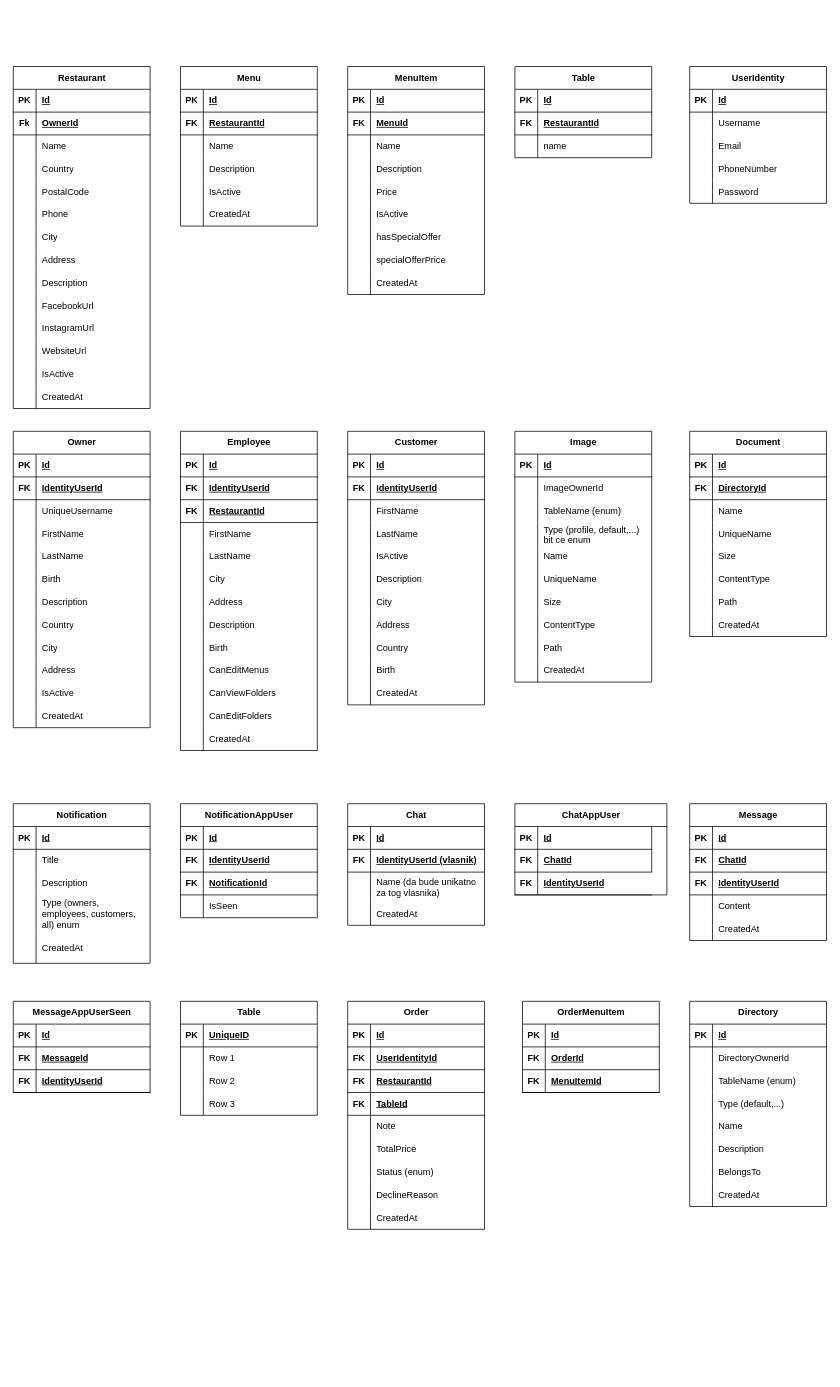
Before: documentation/database.drawio in zuna21/NoshNexus, a draw.io diagram. Source tidied: cells renumbered, new cells numbered last; positions are measured from the earlier drawing's top-left corner, leaving out a move shared by most shapes. Both pictures are drawn from the tidied source at 76%, with x=0, y=0 at pixel (13, 66).
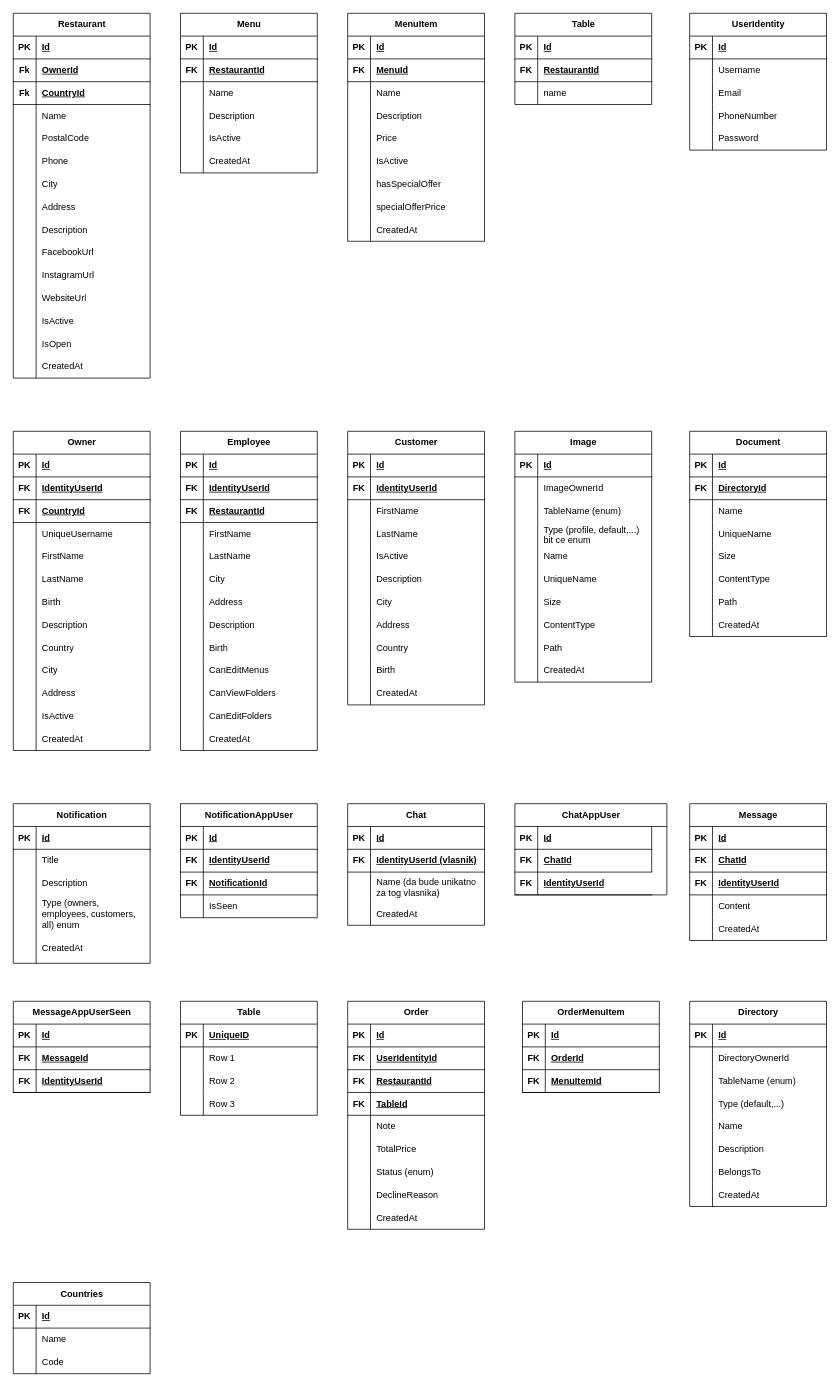
The same page after the edit.

The edit, as a diff of the source:
```diff
@@
     <mxCell id="2" value="Restaurant" style="shape=table;startSize=30;childLayout=tableLayout;rowLines=0;fontStyle=1;align=center;html=1;" parent="1" vertex="1">
-      <mxGeometry width="180" height="450" as="geometry" />
+      <mxGeometry y="-70" width="180" height="480" as="geometry" />
     </mxCell>
@@
+    <mxCell id="442" style="shape=tableRow;horizontal=0;startSize=0;swimlaneHead=0;swimlaneBody=0;fillColor=none;top=0;left=0;right=0;bottom=1;" parent="2" vertex="1">
+      <mxGeometry y="60" width="180" height="30" as="geometry" />
+    </mxCell>
+    <mxCell id="443" value="Fk" style="shape=partialRectangle;fillColor=none;top=0;left=0;bottom=0;right=0;fontStyle=1;overflow=hidden;whiteSpace=wrap;html=1;" parent="442" vertex="1">
+      <mxGeometry width="30" height="30" as="geometry" />
+    </mxCell>
+    <mxCell id="444" value="OwnerId" style="shape=partialRectangle;fillColor=none;top=0;left=0;bottom=0;right=0;align=left;spacingLeft=6;fontStyle=5;overflow=hidden;whiteSpace=wrap;html=1;" parent="442" vertex="1">
+      <mxGeometry x="30" width="150" height="30" as="geometry" />
+    </mxCell>
     <mxCell id="6" style="shape=tableRow;horizontal=0;startSize=0;swimlaneHead=0;swimlaneBody=0;fillColor=none;top=0;left=0;right=0;bottom=1;" parent="2" vertex="1">
-      <mxGeometry y="60" width="180" height="30" as="geometry" />
+      <mxGeometry y="90" width="180" height="30" as="geometry" />
     </mxCell>
@@
-    <mxCell id="8" value="OwnerId" style="shape=partialRectangle;fillColor=none;top=0;left=0;bottom=0;right=0;align=left;spacingLeft=6;fontStyle=5;overflow=hidden;whiteSpace=wrap;html=1;" parent="6" vertex="1">
+    <mxCell id="8" value="CountryId" style="shape=partialRectangle;fillColor=none;top=0;left=0;bottom=0;right=0;align=left;spacingLeft=6;fontStyle=5;overflow=hidden;whiteSpace=wrap;html=1;" parent="6" vertex="1">
       <mxGeometry x="30" width="150" height="30" as="geometry" />
     </mxCell>
     <mxCell id="9" style="shape=tableRow;horizontal=0;startSize=0;swimlaneHead=0;swimlaneBody=0;fillColor=none;top=0;left=0;right=0;bottom=0;" parent="2" vertex="1">
-      <mxGeometry y="90" width="180" height="30" as="geometry" />
+      <mxGeometry y="120" width="180" height="30" as="geometry" />
     </mxCell>
@@
-    <mxCell id="12" style="shape=tableRow;horizontal=0;startSize=0;swimlaneHead=0;swimlaneBody=0;fillColor=none;top=0;left=0;right=0;bottom=0;" parent="2" vertex="1">
-      <mxGeometry y="120" width="180" height="30" as="geometry" />
-    </mxCell>
-    <mxCell id="13" style="shape=partialRectangle;fillColor=none;top=0;left=0;bottom=0;right=0;overflow=hidden;whiteSpace=wrap;html=1;" parent="12" vertex="1">
-      <mxGeometry width="30" height="30" as="geometry" />
-    </mxCell>
-    <mxCell id="14" value="Country" style="shape=partialRectangle;fillColor=none;top=0;left=0;bottom=0;right=0;align=left;spacingLeft=6;overflow=hidden;whiteSpace=wrap;html=1;" parent="12" vertex="1">
-      <mxGeometry x="30" width="150" height="30" as="geometry" />
-    </mxCell>
@@
+    <mxCell id="445" style="shape=tableRow;horizontal=0;startSize=0;swimlaneHead=0;swimlaneBody=0;fillColor=none;top=0;left=0;right=0;bottom=0;" parent="2" vertex="1">
+      <mxGeometry y="390" width="180" height="30" as="geometry" />
+    </mxCell>
+    <mxCell id="446" style="shape=partialRectangle;fillColor=none;top=0;left=0;bottom=0;right=0;overflow=hidden;whiteSpace=wrap;html=1;" parent="445" vertex="1">
+      <mxGeometry width="30" height="30" as="geometry" />
+    </mxCell>
+    <mxCell id="447" value="IsActive" style="shape=partialRectangle;fillColor=none;top=0;left=0;bottom=0;right=0;align=left;spacingLeft=6;overflow=hidden;whiteSpace=wrap;html=1;" parent="445" vertex="1">
+      <mxGeometry x="30" width="150" height="30" as="geometry" />
+    </mxCell>
     <mxCell id="39" style="shape=tableRow;horizontal=0;startSize=0;swimlaneHead=0;swimlaneBody=0;fillColor=none;top=0;left=0;right=0;bottom=0;" parent="2" vertex="1">
-      <mxGeometry y="390" width="180" height="30" as="geometry" />
+      <mxGeometry y="420" width="180" height="30" as="geometry" />
     </mxCell>
@@
-    <mxCell id="41" value="IsActive" style="shape=partialRectangle;fillColor=none;top=0;left=0;bottom=0;right=0;align=left;spacingLeft=6;overflow=hidden;whiteSpace=wrap;html=1;" parent="39" vertex="1">
+    <mxCell id="41" value="IsOpen" style="shape=partialRectangle;fillColor=none;top=0;left=0;bottom=0;right=0;align=left;spacingLeft=6;overflow=hidden;whiteSpace=wrap;html=1;" parent="39" vertex="1">
       <mxGeometry x="30" width="150" height="30" as="geometry" />
     </mxCell>
     <mxCell id="42" style="shape=tableRow;horizontal=0;startSize=0;swimlaneHead=0;swimlaneBody=0;fillColor=none;top=0;left=0;right=0;bottom=0;" parent="2" vertex="1">
-      <mxGeometry y="420" width="180" height="30" as="geometry" />
+      <mxGeometry y="450" width="180" height="30" as="geometry" />
     </mxCell>
@@
     <mxCell id="45" value="Menu" style="shape=table;startSize=30;childLayout=tableLayout;rowLines=0;fontStyle=1;align=center;html=1;" parent="1" vertex="1">
-      <mxGeometry x="220" width="180" height="210" as="geometry" />
+      <mxGeometry x="220" y="-70" width="180" height="210" as="geometry" />
     </mxCell>
@@
     <mxCell id="64" value="MenuItem" style="shape=table;startSize=30;childLayout=tableLayout;rowLines=0;fontStyle=1;align=center;html=1;" parent="1" vertex="1">
-      <mxGeometry x="440" width="180" height="300" as="geometry" />
+      <mxGeometry x="440" y="-70" width="180" height="300" as="geometry" />
     </mxCell>
@@
     <mxCell id="92" value="Table" style="shape=table;startSize=30;childLayout=tableLayout;rowLines=0;fontStyle=1;align=center;html=1;" parent="1" vertex="1">
-      <mxGeometry x="660" width="180" height="120" as="geometry" />
+      <mxGeometry x="660" y="-70" width="180" height="120" as="geometry" />
     </mxCell>
@@
     <mxCell id="102" value="UserIdentity" style="shape=table;startSize=30;childLayout=tableLayout;rowLines=0;fontStyle=1;align=center;html=1;" parent="1" vertex="1">
-      <mxGeometry x="890" width="180" height="180" as="geometry" />
+      <mxGeometry x="890" y="-70" width="180" height="180" as="geometry" />
     </mxCell>
@@
     <mxCell id="118" value="Owner" style="shape=table;startSize=30;childLayout=tableLayout;rowLines=0;fontStyle=1;align=center;html=1;" parent="1" vertex="1">
-      <mxGeometry y="480" width="180" height="390" as="geometry" />
+      <mxGeometry y="480" width="180" height="420" as="geometry" />
     </mxCell>
@@
+    <mxCell id="448" style="shape=tableRow;horizontal=0;startSize=0;swimlaneHead=0;swimlaneBody=0;fillColor=none;top=0;left=0;right=0;bottom=1;" parent="118" vertex="1">
+      <mxGeometry y="60" width="180" height="30" as="geometry" />
+    </mxCell>
+    <mxCell id="449" value="FK" style="shape=partialRectangle;fillColor=none;top=0;left=0;bottom=0;right=0;fontStyle=1;overflow=hidden;whiteSpace=wrap;html=1;" parent="448" vertex="1">
+      <mxGeometry width="30" height="30" as="geometry" />
+    </mxCell>
+    <mxCell id="450" value="IdentityUserId" style="shape=partialRectangle;fillColor=none;top=0;left=0;bottom=0;right=0;align=left;spacingLeft=6;fontStyle=5;overflow=hidden;whiteSpace=wrap;html=1;" parent="448" vertex="1">
+      <mxGeometry x="30" width="150" height="30" as="geometry" />
+    </mxCell>
     <mxCell id="122" style="shape=tableRow;horizontal=0;startSize=0;swimlaneHead=0;swimlaneBody=0;fillColor=none;top=0;left=0;right=0;bottom=1;" parent="118" vertex="1">
-      <mxGeometry y="60" width="180" height="30" as="geometry" />
+      <mxGeometry y="90" width="180" height="30" as="geometry" />
     </mxCell>
@@
-    <mxCell id="124" value="IdentityUserId" style="shape=partialRectangle;fillColor=none;top=0;left=0;bottom=0;right=0;align=left;spacingLeft=6;fontStyle=5;overflow=hidden;whiteSpace=wrap;html=1;" parent="122" vertex="1">
+    <mxCell id="124" value="CountryId" style="shape=partialRectangle;fillColor=none;top=0;left=0;bottom=0;right=0;align=left;spacingLeft=6;fontStyle=5;overflow=hidden;whiteSpace=wrap;html=1;" parent="122" vertex="1">
       <mxGeometry x="30" width="150" height="30" as="geometry" />
     </mxCell>
     <mxCell id="125" style="shape=tableRow;horizontal=0;startSize=0;swimlaneHead=0;swimlaneBody=0;fillColor=none;top=0;left=0;right=0;bottom=0;" parent="118" vertex="1">
-      <mxGeometry y="90" width="180" height="30" as="geometry" />
+      <mxGeometry y="120" width="180" height="30" as="geometry" />
     </mxCell>
@@
     <mxCell id="128" style="shape=tableRow;horizontal=0;startSize=0;swimlaneHead=0;swimlaneBody=0;fillColor=none;top=0;left=0;right=0;bottom=0;" parent="118" vertex="1">
-      <mxGeometry y="120" width="180" height="30" as="geometry" />
+      <mxGeometry y="150" width="180" height="30" as="geometry" />
     </mxCell>
@@
     <mxCell id="131" style="shape=tableRow;horizontal=0;startSize=0;swimlaneHead=0;swimlaneBody=0;fillColor=none;top=0;left=0;right=0;bottom=0;" parent="118" vertex="1">
-      <mxGeometry y="150" width="180" height="30" as="geometry" />
+      <mxGeometry y="180" width="180" height="30" as="geometry" />
     </mxCell>
@@
     <mxCell id="134" style="shape=tableRow;horizontal=0;startSize=0;swimlaneHead=0;swimlaneBody=0;fillColor=none;top=0;left=0;right=0;bottom=0;" parent="118" vertex="1">
-      <mxGeometry y="180" width="180" height="30" as="geometry" />
+      <mxGeometry y="210" width="180" height="30" as="geometry" />
     </mxCell>
@@
     <mxCell id="137" style="shape=tableRow;horizontal=0;startSize=0;swimlaneHead=0;swimlaneBody=0;fillColor=none;top=0;left=0;right=0;bottom=0;" parent="118" vertex="1">
-      <mxGeometry y="210" width="180" height="30" as="geometry" />
+      <mxGeometry y="240" width="180" height="30" as="geometry" />
     </mxCell>
@@
     <mxCell id="140" style="shape=tableRow;horizontal=0;startSize=0;swimlaneHead=0;swimlaneBody=0;fillColor=none;top=0;left=0;right=0;bottom=0;" parent="118" vertex="1">
-      <mxGeometry y="240" width="180" height="30" as="geometry" />
+      <mxGeometry y="270" width="180" height="30" as="geometry" />
     </mxCell>
@@
     <mxCell id="143" style="shape=tableRow;horizontal=0;startSize=0;swimlaneHead=0;swimlaneBody=0;fillColor=none;top=0;left=0;right=0;bottom=0;" parent="118" vertex="1">
-      <mxGeometry y="270" width="180" height="30" as="geometry" />
+      <mxGeometry y="300" width="180" height="30" as="geometry" />
     </mxCell>
@@
     <mxCell id="146" style="shape=tableRow;horizontal=0;startSize=0;swimlaneHead=0;swimlaneBody=0;fillColor=none;top=0;left=0;right=0;bottom=0;" parent="118" vertex="1">
-      <mxGeometry y="300" width="180" height="30" as="geometry" />
+      <mxGeometry y="330" width="180" height="30" as="geometry" />
     </mxCell>
@@
     <mxCell id="149" style="shape=tableRow;horizontal=0;startSize=0;swimlaneHead=0;swimlaneBody=0;fillColor=none;top=0;left=0;right=0;bottom=0;" parent="118" vertex="1">
-      <mxGeometry y="330" width="180" height="30" as="geometry" />
+      <mxGeometry y="360" width="180" height="30" as="geometry" />
     </mxCell>
@@
     <mxCell id="152" style="shape=tableRow;horizontal=0;startSize=0;swimlaneHead=0;swimlaneBody=0;fillColor=none;top=0;left=0;right=0;bottom=0;" parent="118" vertex="1">
-      <mxGeometry y="360" width="180" height="30" as="geometry" />
+      <mxGeometry y="390" width="180" height="30" as="geometry" />
     </mxCell>
@@
+    <mxCell id="451" value="Countries" style="shape=table;startSize=30;childLayout=tableLayout;rowLines=0;fontStyle=1;align=center;html=1;" parent="1" vertex="1">
+      <mxGeometry y="1600" width="180" height="120" as="geometry" />
+    </mxCell>
+    <mxCell id="452" style="shape=tableRow;horizontal=0;startSize=0;swimlaneHead=0;swimlaneBody=0;fillColor=none;top=0;left=0;right=0;bottom=1;" parent="451" vertex="1">
+      <mxGeometry y="30" width="180" height="30" as="geometry" />
+    </mxCell>
+    <mxCell id="453" value="PK" style="shape=partialRectangle;fillColor=none;top=0;left=0;bottom=0;right=0;fontStyle=1;overflow=hidden;whiteSpace=wrap;html=1;" parent="452" vertex="1">
+      <mxGeometry width="30" height="30" as="geometry" />
+    </mxCell>
+    <mxCell id="454" value="Id" style="shape=partialRectangle;fillColor=none;top=0;left=0;bottom=0;right=0;align=left;spacingLeft=6;fontStyle=5;overflow=hidden;whiteSpace=wrap;html=1;" parent="452" vertex="1">
+      <mxGeometry x="30" width="150" height="30" as="geometry" />
+    </mxCell>
+    <mxCell id="455" style="shape=tableRow;horizontal=0;startSize=0;swimlaneHead=0;swimlaneBody=0;fillColor=none;top=0;left=0;right=0;bottom=0;" parent="451" vertex="1">
+      <mxGeometry y="60" width="180" height="30" as="geometry" />
+    </mxCell>
+    <mxCell id="456" style="shape=partialRectangle;fillColor=none;top=0;left=0;bottom=0;right=0;overflow=hidden;whiteSpace=wrap;html=1;" parent="455" vertex="1">
+      <mxGeometry width="30" height="30" as="geometry" />
+    </mxCell>
+    <mxCell id="457" value="Name" style="shape=partialRectangle;fillColor=none;top=0;left=0;bottom=0;right=0;align=left;spacingLeft=6;overflow=hidden;whiteSpace=wrap;html=1;" parent="455" vertex="1">
+      <mxGeometry x="30" width="150" height="30" as="geometry" />
+    </mxCell>
+    <mxCell id="458" style="shape=tableRow;horizontal=0;startSize=0;swimlaneHead=0;swimlaneBody=0;fillColor=none;top=0;left=0;right=0;bottom=0;" parent="451" vertex="1">
+      <mxGeometry y="90" width="180" height="30" as="geometry" />
+    </mxCell>
+    <mxCell id="459" style="shape=partialRectangle;fillColor=none;top=0;left=0;bottom=0;right=0;overflow=hidden;whiteSpace=wrap;html=1;" parent="458" vertex="1">
+      <mxGeometry width="30" height="30" as="geometry" />
+    </mxCell>
+    <mxCell id="460" value="Code" style="shape=partialRectangle;fillColor=none;top=0;left=0;bottom=0;right=0;align=left;spacingLeft=6;overflow=hidden;whiteSpace=wrap;html=1;" parent="458" vertex="1">
+      <mxGeometry x="30" width="150" height="30" as="geometry" />
+    </mxCell>
```
